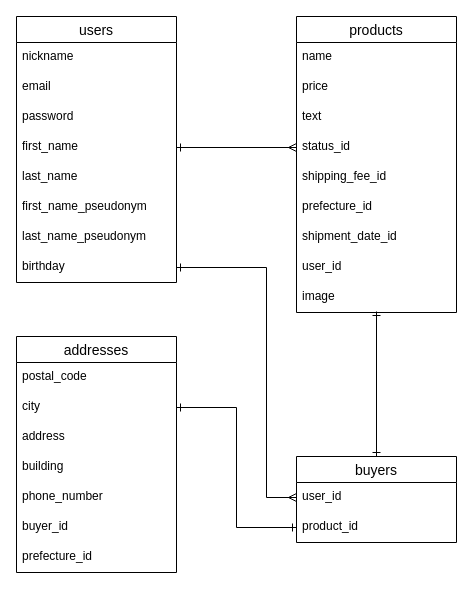
This is table.dio from mamochi31/furima-32532, a draw.io file, before an edit. Source tidied: cells renumbered, new cells numbered last; positions are measured from the earlier drawing's top-left corner, leaving out a move shared by most shapes. Both pictures are drawn from the tidied source at 100%, with x=0, y=0 at pixel (16, 16).
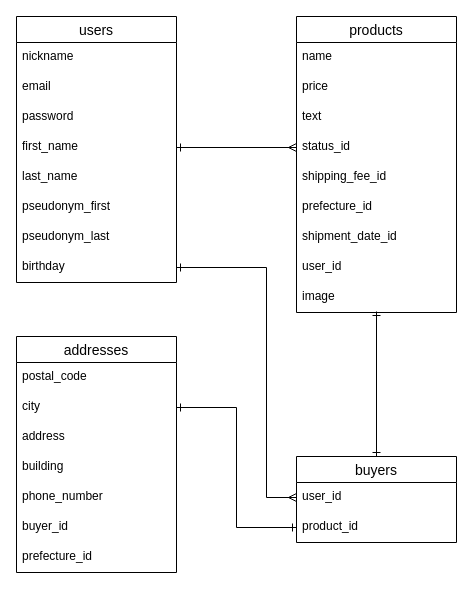
Above is the later version.

Unchanged cells that the change refers to:
```xml
<mxCell id="2" value="users" style="swimlane;fontStyle=0;horizontal=1;startSize=26;align=center;fontSize=14;" parent="1" vertex="1">
  <mxGeometry width="160" height="266" as="geometry" />
</mxCell>
```

Diff of the diagram source:
```diff
@@
-    <mxCell id="8" value="first_name_pseudonym" style="text;strokeColor=none;fillColor=none;spacingLeft=4;spacingRight=4;overflow=hidden;fontSize=12;" parent="2" vertex="1">
+    <mxCell id="8" value="pseudonym_first" style="text;strokeColor=none;fillColor=none;spacingLeft=4;spacingRight=4;overflow=hidden;fontSize=12;" parent="2" vertex="1">
       <mxGeometry y="176" width="160" height="30" as="geometry" />
     </mxCell>
-    <mxCell id="9" value="last_name_pseudonym" style="text;strokeColor=none;fillColor=none;spacingLeft=4;spacingRight=4;overflow=hidden;fontSize=12;" parent="2" vertex="1">
+    <mxCell id="9" value="pseudonym_last" style="text;strokeColor=none;fillColor=none;spacingLeft=4;spacingRight=4;overflow=hidden;fontSize=12;" parent="2" vertex="1">
       <mxGeometry y="206" width="160" height="30" as="geometry" />
     </mxCell>
```
